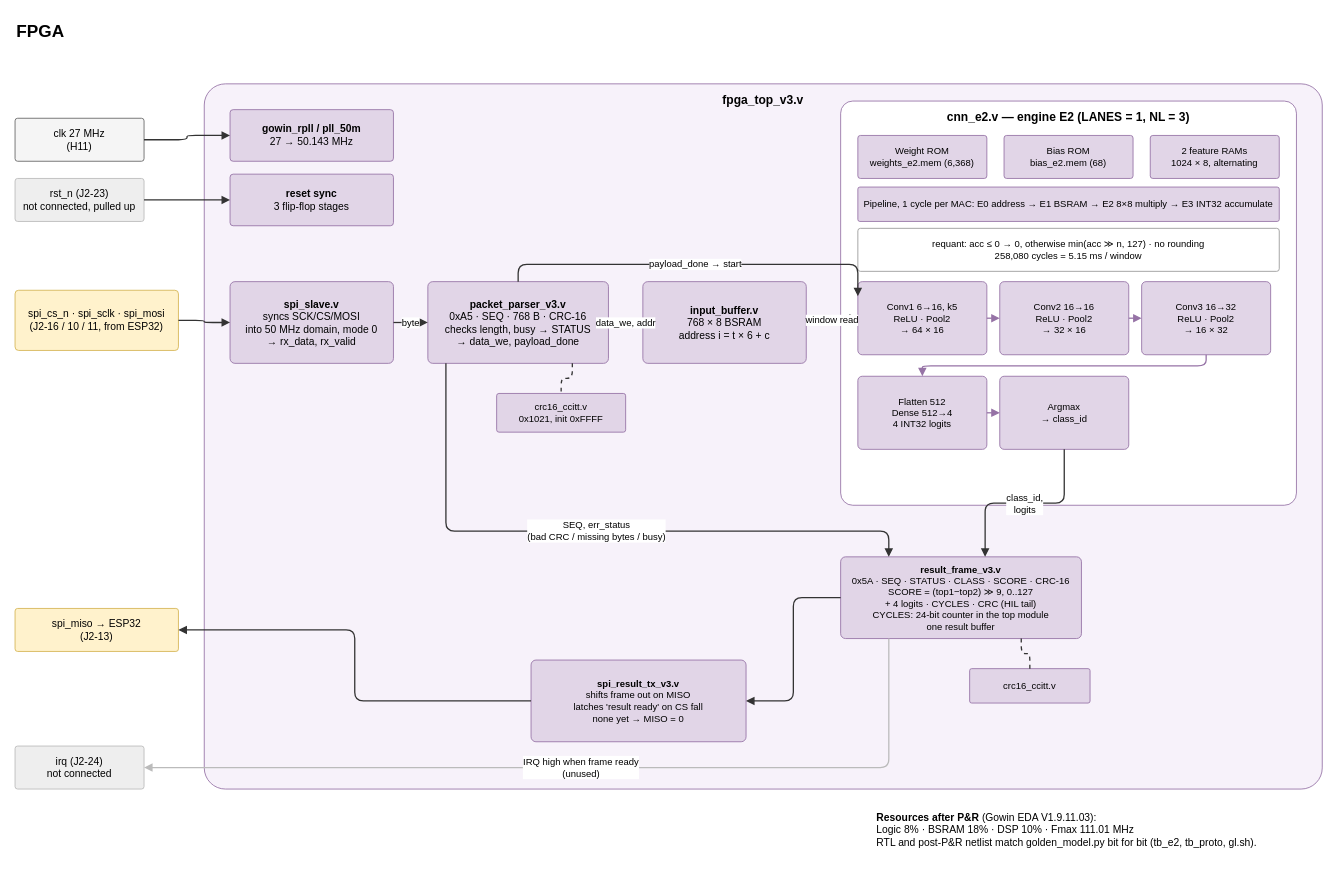
Before: page "4. FPGA – RTL architecture" (4 of 8) of docs/so_do_he_thong.drawio in danhle396/fpga2026gowin, a draw.io diagram. Source tidied: cells renumbered, new cells numbered last; positions are measured from the earlier drawing's top-left corner, leaving out a move shared by most shapes. Both pictures are drawn from the tidied source at 86%, with x=0, y=0 at pixel (15, 15).
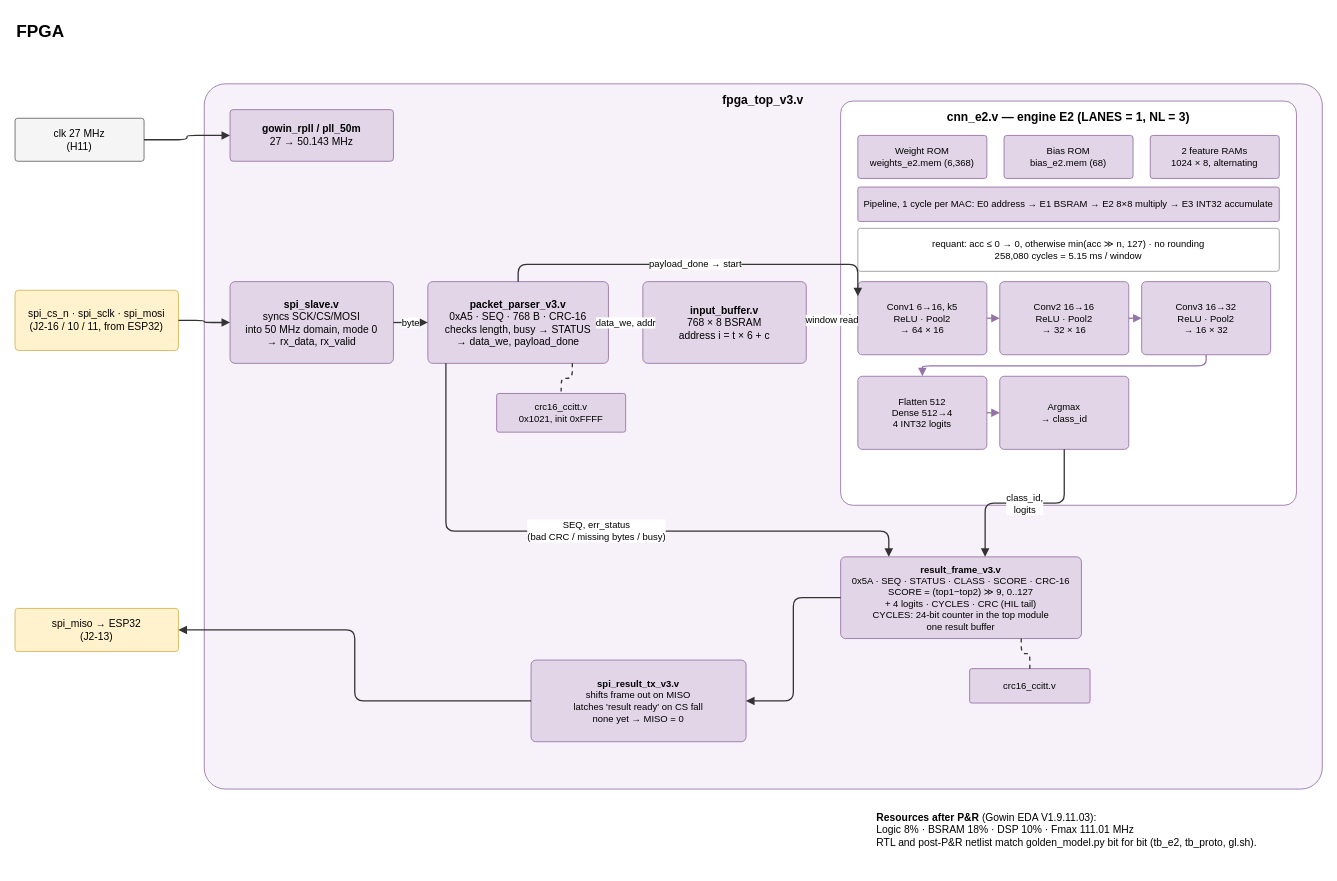
Above is the later version.

The change refers to these unchanged cells:
```xml
<mxCell id="30" value="&lt;b&gt;result_frame_v3.v&lt;/b&gt;&lt;br&gt;0x5A · SEQ · STATUS · CLASS · SCORE · CRC-16&lt;br&gt;SCORE = (top1−top2) ≫ 9, 0..127&lt;br&gt;+ 4 logits · CYCLES · CRC (HIL tail)&lt;br&gt;CYCLES: 24-bit counter in the top module&lt;br&gt;one result buffer" style="rounded=1;whiteSpace=wrap;html=1;arcSize=6;fillColor=#e1d5e7;strokeColor=#9673a6;verticalAlign=middle;align=center;spacing=6;fontSize=12;fontSize=11;" parent="1" vertex="1">
  <mxGeometry x="960" y="630" width="280" height="95" as="geometry" />
</mxCell>
```

The edit, as a diff of the source:
```diff
@@
-    <mxCell id="5" value="rst_n (J2-23)&lt;br&gt;not connected, pulled up" style="rounded=1;whiteSpace=wrap;html=1;arcSize=6;fillColor=#eeeeee;strokeColor=#bbbbbb;verticalAlign=middle;align=center;spacing=6;fontSize=12;" parent="1" vertex="1">
-      <mxGeometry y="190" width="150" height="50" as="geometry" />
-    </mxCell>
@@
-    <mxCell id="8" value="irq (J2-24)&lt;br&gt;not connected" style="rounded=1;whiteSpace=wrap;html=1;arcSize=6;fillColor=#eeeeee;strokeColor=#bbbbbb;verticalAlign=middle;align=center;spacing=6;fontSize=12;" parent="1" vertex="1">
-      <mxGeometry y="850" width="150" height="50" as="geometry" />
-    </mxCell>
@@
-    <mxCell id="10" value="&lt;b&gt;reset sync&lt;/b&gt;&lt;br&gt;3 flip-flop stages" style="rounded=1;whiteSpace=wrap;html=1;arcSize=6;fillColor=#e1d5e7;strokeColor=#9673a6;verticalAlign=middle;align=center;spacing=6;fontSize=12;" parent="1" vertex="1">
-      <mxGeometry x="250" y="185" width="190" height="60" as="geometry" />
-    </mxCell>
@@
-    <mxCell id="34" style="edgeStyle=orthogonalEdgeStyle;rounded=1;html=1;endArrow=block;endFill=1;strokeColor=#333333;strokeWidth=1.5;fontSize=11;labelBackgroundColor=#ffffff;exitX=1;exitY=0.5;entryX=0;entryY=0.5;" parent="1" edge="1" source="5" target="10">
-      <mxGeometry relative="1" as="geometry" />
-    </mxCell>
@@
-    <mxCell id="46" value="IRQ high when frame ready&lt;br&gt;(unused)" style="edgeStyle=orthogonalEdgeStyle;rounded=1;html=1;endArrow=block;endFill=1;strokeColor=#bbbbbb;strokeWidth=1.5;fontSize=11;labelBackgroundColor=#ffffff;exitX=0.2;exitY=1;entryX=1;entryY=0.5;" parent="1" edge="1" source="30" target="8">
-      <mxGeometry relative="1" as="geometry">
-        <Array as="points">
-          <mxPoint x="1016" y="875" />
-        </Array>
-      </mxGeometry>
-    </mxCell>
```
